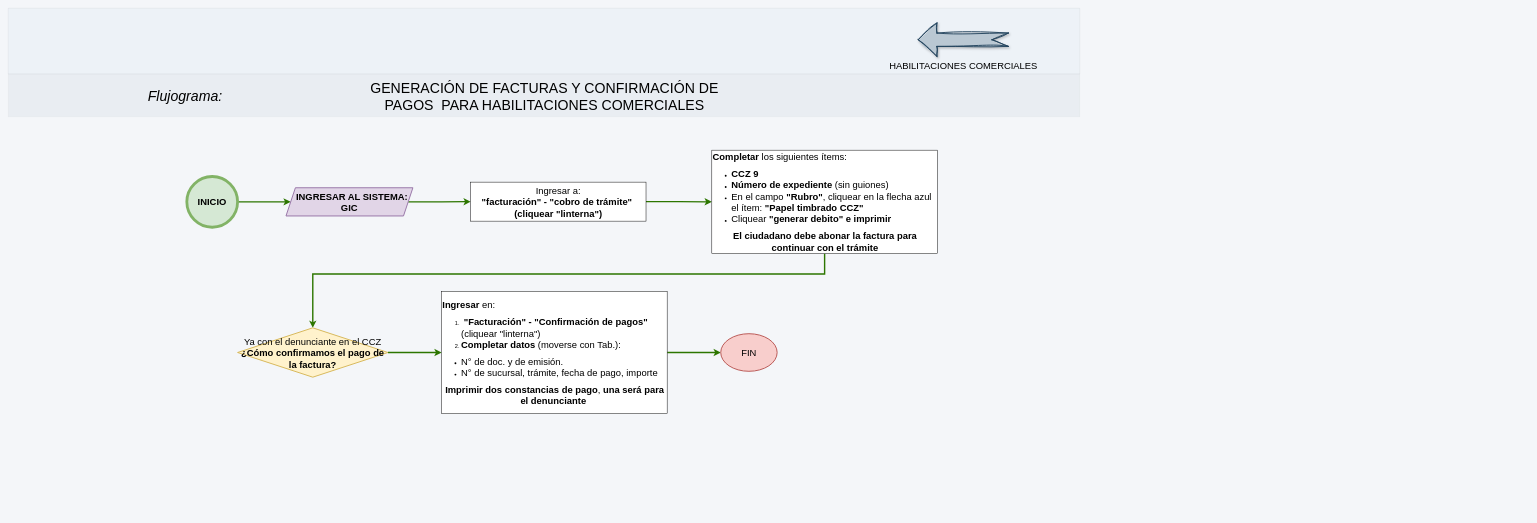
The draw.io diagram page "Facturas habilitaciones" (2 of 3) of Habilitaciones _comerciales/Habilitaciones comerciales.drawio in adlc20/Manual_de_procedimientos_ccz9, before the edit. Source tidied: cells renumbered, new cells numbered last; positions are measured from the earlier drawing's top-left corner, leaving out a move shared by most shapes. Both pictures are drawn from the tidied source at 47%, with x=0, y=0 at pixel (8, 8).
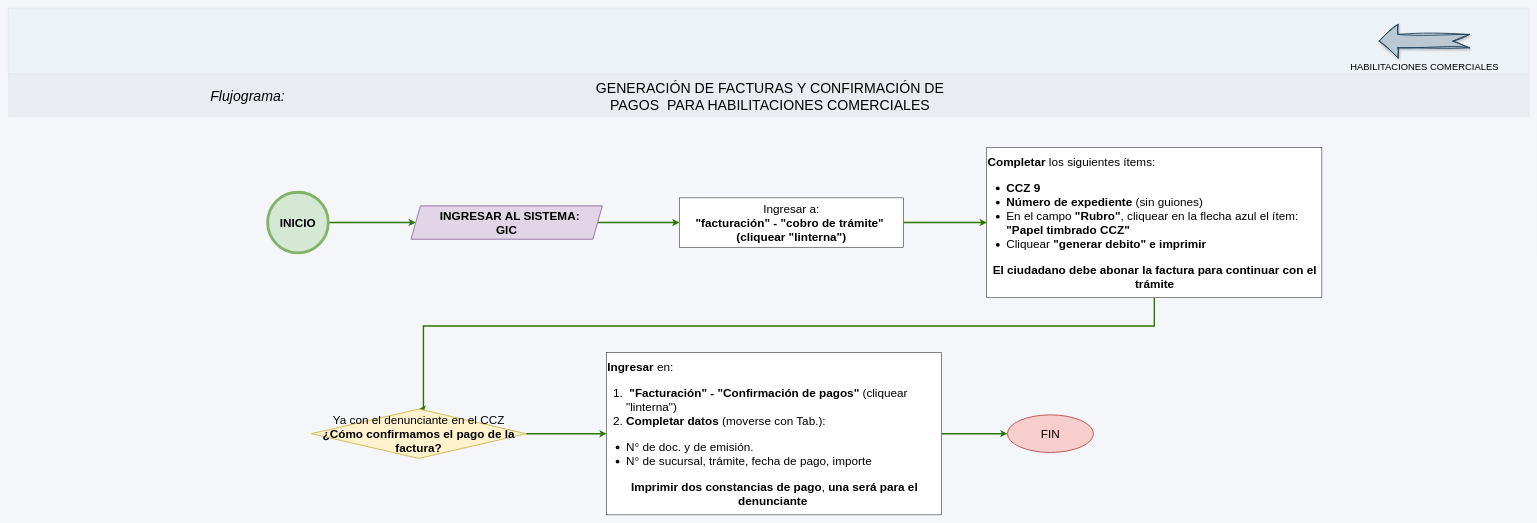
The same page after the edit.

Diff of the diagram source:
```diff
@@
     <mxCell id="2" style="verticalLabelPosition=bottom;verticalAlign=middle;html=1;shape=mxgraph.basic.patternFillRect;step=5;fillStrokeWidth=0.2;fillStrokeColor=#dddddd;fillColor=#EDF2F7;strokeWidth=0;dashed=1;dashPattern=1 4;rounded=1;align=center;fontFamily=Helvetica;fontSize=12;fontColor=#2D3748;" parent="1" vertex="1">
-      <mxGeometry width="2280" height="140" as="geometry" />
+      <mxGeometry width="3236" height="140" as="geometry" />
     </mxCell>
     <mxCell id="3" style="verticalLabelPosition=bottom;verticalAlign=top;html=1;shape=mxgraph.basic.patternFillRect;fillStyle=auto;step=5;fillStrokeWidth=0.2;fillStrokeColor=#dddddd;fillColor=#E0E5EB;strokeWidth=0;strokeColor=default;opacity=50;fontColor=#ffffff;shadow=0;comic=0;align=center;fontFamily=Helvetica;fontSize=12;gradientColor=none;" parent="1" vertex="1">
-      <mxGeometry y="140" width="2280" height="91" as="geometry" />
+      <mxGeometry y="140" width="3236" height="91" as="geometry" />
     </mxCell>
     <mxCell id="4" value="&lt;font style=&quot;font-size: 30px;&quot;&gt;&lt;i&gt;Flujograma:&lt;/i&gt;&lt;/font&gt;" style="text;html=1;whiteSpace=wrap;strokeColor=none;fillColor=none;align=center;verticalAlign=middle;rounded=0;" parent="1" vertex="1">
-      <mxGeometry x="252" y="161.5" width="249" height="50" as="geometry" />
+      <mxGeometry x="385" y="160.5" width="249" height="50" as="geometry" />
     </mxCell>
     <mxCell id="5" value="&lt;font style=&quot;font-size: 30px;&quot;&gt;GENERACIÓN DE FACTURAS Y CONFIRMACIÓN DE PAGOS&amp;nbsp; PARA HABILITACIONES COMERCIALES&lt;/font&gt;" style="text;html=1;whiteSpace=wrap;strokeColor=none;fillColor=none;align=center;verticalAlign=middle;rounded=0;" parent="1" vertex="1">
-      <mxGeometry x="721" y="141" width="840" height="91" as="geometry" />
+      <mxGeometry x="1201" y="141" width="840" height="91" as="geometry" />
     </mxCell>
     <mxCell id="6" value="&lt;font style=&quot;font-size: 20px;&quot;&gt;HABILITACIONES&amp;nbsp;&lt;/font&gt;&lt;span style=&quot;font-size: 20px; background-color: transparent; color: light-dark(rgb(0, 0, 0), rgb(255, 255, 255));&quot;&gt;COMERCIALES&lt;/span&gt;" style="verticalLabelPosition=bottom;verticalAlign=top;html=1;strokeWidth=2;shape=mxgraph.arrows2.arrow;dy=0.6;dx=40;notch=35;direction=west;sketch=1;curveFitting=1;jiggle=2;shadow=1;fillStyle=solid;fillColor=#bac8d3;strokeColor=#23445d;" parent="1" vertex="1">
-      <mxGeometry x="1936" y="31.5" width="192" height="71" as="geometry" />
+      <mxGeometry x="2917" y="34.5" width="192" height="71" as="geometry" />
     </mxCell>
-    <mxCell id="7" style="edgeStyle=orthogonalEdgeStyle;rounded=0;jettySize=auto;html=1;exitX=1;exitY=0.5;exitDx=0;exitDy=0;fillColor=#60a917;strokeColor=#2D7600;strokeWidth=3;" parent="1" edge="1" source="8" target="10">
+    <mxCell id="7" style="edgeStyle=orthogonalEdgeStyle;rounded=0;jettySize=auto;html=1;exitX=1;exitY=0.5;exitDx=0;exitDy=0;fillColor=#60a917;strokeColor=#2D7600;strokeWidth=3;fontSize=25;" parent="1" edge="1" source="8" target="10">
       <mxGeometry relative="1" as="geometry" />
     </mxCell>
-    <mxCell id="8" value="&lt;b&gt;&lt;font style=&quot;font-size: 20px;&quot;&gt;INICIO&lt;/font&gt;&lt;/b&gt;" style="ellipse;whiteSpace=wrap;html=1;shapeInside=1;fillColor=#d5e8d4;strokeColor=#82b366;strokeWidth=6;" parent="1" vertex="1">
-      <mxGeometry x="380" y="358" width="108" height="108" as="geometry" />
+    <mxCell id="8" value="&lt;b&gt;&lt;font&gt;INICIO&lt;/font&gt;&lt;/b&gt;" style="ellipse;whiteSpace=wrap;html=1;shapeInside=1;fillColor=#d5e8d4;strokeColor=#82b366;strokeWidth=6;fontSize=25;" parent="1" vertex="1">
+      <mxGeometry x="552" y="391.5" width="129" height="129" as="geometry" />
     </mxCell>
-    <mxCell id="9" style="edgeStyle=orthogonalEdgeStyle;rounded=0;jettySize=auto;html=1;exitX=1;exitY=0.5;exitDx=0;exitDy=0;fillColor=#60a917;strokeColor=#2D7600;strokeWidth=3;" parent="1" edge="1" source="10" target="12">
+    <mxCell id="9" style="edgeStyle=orthogonalEdgeStyle;rounded=0;jettySize=auto;html=1;exitX=1;exitY=0.5;exitDx=0;exitDy=0;fillColor=#60a917;strokeColor=#2D7600;strokeWidth=3;fontSize=25;" parent="1" edge="1" source="10" target="12">
       <mxGeometry relative="1" as="geometry" />
     </mxCell>
-    <mxCell id="10" value="&lt;font style=&quot;font-size: 20px;&quot;&gt;&lt;b&gt;&amp;nbsp; &amp;nbsp;INGRESAR AL SISTEMA:&amp;nbsp;&lt;/b&gt;&lt;/font&gt;&lt;div&gt;&lt;font style=&quot;font-size: 20px;&quot;&gt;&lt;b&gt;GIC&lt;/b&gt;&lt;/font&gt;&lt;/div&gt;" style="shape=parallelogram;perimeter=parallelogramPerimeter;whiteSpace=wrap;html=1;fixedSize=1;fillColor=#e1d5e7;strokeColor=#9673a6;strokeWidth=2;" parent="1" vertex="1">
-      <mxGeometry x="591" y="382" width="270" height="60" as="geometry" />
+    <mxCell id="10" value="&lt;font&gt;&lt;b&gt;&amp;nbsp; &amp;nbsp;INGRESAR AL SISTEMA:&amp;nbsp;&lt;/b&gt;&lt;/font&gt;&lt;div&gt;&lt;font&gt;&lt;b&gt;GIC&lt;/b&gt;&lt;/font&gt;&lt;/div&gt;" style="shape=parallelogram;perimeter=parallelogramPerimeter;whiteSpace=wrap;html=1;fixedSize=1;fillColor=#e1d5e7;strokeColor=#9673a6;strokeWidth=2;fontSize=25;" parent="1" vertex="1">
+      <mxGeometry x="857" y="420.5" width="407" height="71" as="geometry" />
     </mxCell>
-    <mxCell id="11" style="edgeStyle=orthogonalEdgeStyle;rounded=0;jettySize=auto;html=1;exitX=1;exitY=0.5;exitDx=0;exitDy=0;fillColor=#60a917;strokeColor=#2D7600;strokeWidth=3;" parent="1" edge="1" source="12" target="14">
+    <mxCell id="11" style="edgeStyle=orthogonalEdgeStyle;rounded=0;jettySize=auto;html=1;exitX=1;exitY=0.5;exitDx=0;exitDy=0;fillColor=#60a917;strokeColor=#2D7600;strokeWidth=3;fontSize=25;" parent="1" edge="1" source="12" target="14">
       <mxGeometry relative="1" as="geometry" />
     </mxCell>
-    <mxCell id="12" value="&lt;font style=&quot;font-size: 20px;&quot;&gt;Ingresar a:&lt;/font&gt;&lt;div&gt;&lt;font style=&quot;font-size: 20px;&quot;&gt;&lt;b&gt; &quot;facturación&quot; -&lt;/b&gt; &lt;b&gt;&quot;cobro de trámite&quot;&lt;/b&gt;&amp;nbsp;&lt;/font&gt;&lt;/div&gt;&lt;div&gt;&lt;font style=&quot;font-size: 20px;&quot;&gt;&lt;b&gt;(cliquear &quot;linterna&quot;)&lt;/b&gt;&lt;/font&gt;&lt;/div&gt;" style="rounded=0;whiteSpace=wrap;html=1;" parent="1" vertex="1">
-      <mxGeometry x="984" y="370" width="373" height="83" as="geometry" />
+    <mxCell id="12" value="&lt;font&gt;Ingresar a:&lt;/font&gt;&lt;div&gt;&lt;font&gt;&lt;b&gt; &quot;facturación&quot; -&lt;/b&gt; &lt;b&gt;&quot;cobro de trámite&quot;&lt;/b&gt;&amp;nbsp;&lt;/font&gt;&lt;/div&gt;&lt;div&gt;&lt;font&gt;&lt;b&gt;(cliquear &quot;linterna&quot;)&lt;/b&gt;&lt;/font&gt;&lt;/div&gt;" style="rounded=0;whiteSpace=wrap;html=1;fontSize=25;" parent="1" vertex="1">
+      <mxGeometry x="1428" y="403.5" width="477" height="105" as="geometry" />
     </mxCell>
-    <mxCell id="13" style="edgeStyle=orthogonalEdgeStyle;rounded=0;jettySize=auto;html=1;exitX=0.5;exitY=1;exitDx=0;exitDy=0;entryX=0.5;entryY=0;entryDx=0;entryDy=0;fillColor=#60a917;strokeColor=#2D7600;strokeWidth=3;" parent="1" edge="1" source="14" target="16">
+    <mxCell id="13" style="edgeStyle=orthogonalEdgeStyle;rounded=0;jettySize=auto;html=1;exitX=0.5;exitY=1;exitDx=0;exitDy=0;entryX=0.5;entryY=0;entryDx=0;entryDy=0;fillColor=#60a917;strokeColor=#2D7600;strokeWidth=3;fontSize=25;" parent="1" edge="1" source="14" target="16">
       <mxGeometry relative="1" as="geometry">
         <Array as="points">
-          <mxPoint x="1737" y="565.6" />
-          <mxPoint x="648.1" y="565.6" />
+          <mxPoint x="2438.6" y="676.1" />
+          <mxPoint x="883.4" y="676.1" />
         </Array>
       </mxGeometry>
     </mxCell>
-    <mxCell id="14" value="&lt;font style=&quot;font-size: 20px;&quot;&gt;&lt;b&gt;Completar&lt;/b&gt; los siguientes ítems:&lt;/font&gt;&lt;div&gt;&lt;ul&gt;&lt;li&gt;&lt;font style=&quot;font-size: 20px;&quot;&gt;&lt;b&gt;CCZ 9&amp;nbsp;&lt;/b&gt;&lt;/font&gt;&lt;/li&gt;&lt;li&gt;&lt;font style=&quot;font-size: 20px;&quot;&gt;&lt;b&gt;Número de expediente &lt;/b&gt;(sin guiones)&lt;/font&gt;&lt;/li&gt;&lt;li&gt;&lt;font style=&quot;font-size: 20px;&quot;&gt;En el campo&lt;b&gt; &quot;Rubro&quot;&lt;/b&gt;, cliquear en la flecha azul el ítem: &lt;b&gt;&quot;Papel timbrado CCZ&quot;&lt;/b&gt;&amp;nbsp;&lt;/font&gt;&lt;/li&gt;&lt;li&gt;&lt;font style=&quot;font-size: 20px;&quot;&gt;Cliquear&lt;b&gt; &quot;generar debito&quot; e imprimir&lt;/b&gt;&lt;/font&gt;&lt;/li&gt;&lt;/ul&gt;&lt;span style=&quot;font-size: 20px;&quot;&gt;&lt;div style=&quot;text-align: center;&quot;&gt;&lt;b style=&quot;background-color: transparent; color: light-dark(rgb(0, 0, 0), rgb(255, 255, 255));&quot;&gt;El ciudadano debe abonar la factura para continuar con el trámite&lt;/b&gt;&lt;/div&gt;&lt;/span&gt;&lt;/div&gt;" style="rounded=0;whiteSpace=wrap;html=1;align=left;" parent="1" vertex="1">
-      <mxGeometry x="1497" y="302" width="480" height="220" as="geometry" />
+    <mxCell id="14" value="&lt;font&gt;&lt;b&gt;Completar&lt;/b&gt; los siguientes ítems:&lt;/font&gt;&lt;div&gt;&lt;ul&gt;&lt;li&gt;&lt;font&gt;&lt;b&gt;CCZ 9&amp;nbsp;&lt;/b&gt;&lt;/font&gt;&lt;/li&gt;&lt;li&gt;&lt;font&gt;&lt;b&gt;Número de expediente &lt;/b&gt;(sin guiones)&lt;/font&gt;&lt;/li&gt;&lt;li&gt;&lt;font&gt;En el campo&lt;b&gt; &quot;Rubro&quot;&lt;/b&gt;, cliquear en la flecha azul el ítem: &lt;b&gt;&quot;Papel timbrado CCZ&quot;&lt;/b&gt;&amp;nbsp;&lt;/font&gt;&lt;/li&gt;&lt;li&gt;&lt;font&gt;Cliquear&lt;b&gt; &quot;generar debito&quot; e imprimir&lt;/b&gt;&lt;/font&gt;&lt;/li&gt;&lt;/ul&gt;&lt;span&gt;&lt;div style=&quot;text-align: center;&quot;&gt;&lt;b style=&quot;background-color: transparent; color: light-dark(rgb(0, 0, 0), rgb(255, 255, 255));&quot;&gt;El ciudadano debe abonar la factura para continuar con el trámite&lt;/b&gt;&lt;/div&gt;&lt;/span&gt;&lt;/div&gt;" style="rounded=0;whiteSpace=wrap;html=1;align=left;fontSize=25;" parent="1" vertex="1">
+      <mxGeometry x="2082" y="296" width="713" height="320" as="geometry" />
     </mxCell>
-    <mxCell id="15" style="edgeStyle=orthogonalEdgeStyle;rounded=0;jettySize=auto;html=1;exitX=1;exitY=0.5;exitDx=0;exitDy=0;fillColor=#60a917;strokeColor=#2D7600;strokeWidth=3;" parent="1" edge="1" source="16" target="18">
+    <mxCell id="15" style="edgeStyle=orthogonalEdgeStyle;rounded=0;jettySize=auto;html=1;exitX=1;exitY=0.5;exitDx=0;exitDy=0;fillColor=#60a917;strokeColor=#2D7600;strokeWidth=3;fontSize=25;" parent="1" edge="1" source="16" target="18">
       <mxGeometry relative="1" as="geometry" />
     </mxCell>
-    <mxCell id="16" value="&lt;span style=&quot;font-size: 20px;&quot;&gt;Ya con el denunciante en el CCZ&lt;/span&gt;&lt;div&gt;&lt;span style=&quot;font-size: 20px;&quot;&gt;&lt;b&gt;¿Cómo confirmamos el pago de la factura?&lt;/b&gt;&lt;/span&gt;&lt;/div&gt;" style="rhombus;whiteSpace=wrap;html=1;fillColor=#fff2cc;strokeColor=#d6b656;strokeWidth=2;" parent="1" vertex="1">
-      <mxGeometry x="488" y="680" width="320" height="105" as="geometry" />
+    <mxCell id="16" value="&lt;span&gt;Ya con el denunciante en el CCZ&lt;/span&gt;&lt;div&gt;&lt;span&gt;&lt;b&gt;¿Cómo confirmamos el pago de la factura?&lt;/b&gt;&lt;/span&gt;&lt;/div&gt;" style="rhombus;whiteSpace=wrap;html=1;fillColor=#fff2cc;strokeColor=#d6b656;strokeWidth=2;fontSize=25;" parent="1" vertex="1">
+      <mxGeometry x="645" y="852.8" width="457" height="105" as="geometry" />
     </mxCell>
-    <mxCell id="17" style="edgeStyle=orthogonalEdgeStyle;rounded=0;jettySize=auto;html=1;exitX=1;exitY=0.5;exitDx=0;exitDy=0;fillColor=#60a917;strokeColor=#2D7600;strokeWidth=3;" parent="1" edge="1" source="18" target="19">
+    <mxCell id="17" style="edgeStyle=orthogonalEdgeStyle;rounded=0;jettySize=auto;html=1;exitX=1;exitY=0.5;exitDx=0;exitDy=0;fillColor=#60a917;strokeColor=#2D7600;strokeWidth=3;fontSize=25;" parent="1" edge="1" source="18" target="19">
       <mxGeometry relative="1" as="geometry" />
     </mxCell>
-    <mxCell id="18" value="&lt;span style=&quot;font-size: 20px;&quot;&gt;&lt;b&gt;Ingresar&lt;/b&gt; en:&lt;/span&gt;&lt;div&gt;&lt;ol&gt;&lt;li&gt;&lt;span style=&quot;font-size: 20px;&quot;&gt;&lt;b&gt;&amp;nbsp;&quot;Facturación&quot; - &quot;Confirmación de pagos&quot;&lt;/b&gt; (cliquear &quot;linterna&quot;)&lt;/span&gt;&lt;/li&gt;&lt;li&gt;&lt;span style=&quot;font-size: 20px;&quot;&gt;&lt;font style=&quot;color: rgb(0, 0, 0);&quot;&gt;&lt;b&gt;Completar datos&lt;/b&gt; (moverse con Tab.):&amp;nbsp;&lt;/font&gt;&lt;font style=&quot;color: rgb(255, 0, 0);&quot;&gt;&amp;nbsp;&lt;/font&gt;&lt;/span&gt;&lt;/li&gt;&lt;/ol&gt;&lt;ul&gt;&lt;li&gt;&lt;span style=&quot;color: light-dark(rgb(0, 0, 0), rgb(237, 237, 237)); font-size: 20px; background-color: transparent;&quot;&gt;N° de doc. y de emisión.&lt;/span&gt;&lt;/li&gt;&lt;li&gt;&lt;span style=&quot;color: light-dark(rgb(0, 0, 0), rgb(237, 237, 237)); font-size: 20px; background-color: transparent;&quot;&gt;N° de sucursal, trámite, fecha de pago, importe&amp;nbsp;&lt;/span&gt;&lt;/li&gt;&lt;/ul&gt;&lt;b style=&quot;font-size: 20px; background-color: transparent; color: light-dark(rgb(0, 0, 0), rgb(255, 255, 255));&quot;&gt;&lt;div style=&quot;text-align: center;&quot;&gt;&lt;b style=&quot;background-color: transparent; color: light-dark(rgb(0, 0, 0), rgb(255, 255, 255));&quot;&gt;Imprimir dos constancias de pago&lt;/b&gt;&lt;span style=&quot;background-color: transparent; color: light-dark(rgb(0, 0, 0), rgb(255, 255, 255)); font-weight: normal;&quot;&gt;, &lt;/span&gt;&lt;b style=&quot;background-color: transparent; color: light-dark(rgb(0, 0, 0), rgb(255, 255, 255));&quot;&gt;una será para el denunciante&lt;/b&gt;&lt;span style=&quot;background-color: transparent; color: light-dark(rgb(0, 0, 0), rgb(255, 255, 255)); font-weight: normal;&quot;&gt;&amp;nbsp;&lt;/span&gt;&lt;/div&gt;&lt;/b&gt;&lt;/div&gt;" style="rounded=0;whiteSpace=wrap;html=1;align=left;" parent="1" vertex="1">
-      <mxGeometry x="922" y="602.5" width="480" height="260" as="geometry" />
+    <mxCell id="18" value="&lt;span&gt;&lt;b&gt;Ingresar&lt;/b&gt; en:&lt;/span&gt;&lt;div&gt;&lt;ol&gt;&lt;li&gt;&lt;span&gt;&lt;b&gt;&amp;nbsp;&quot;Facturación&quot; - &quot;Confirmación de pagos&quot;&lt;/b&gt; (cliquear &quot;linterna&quot;)&lt;/span&gt;&lt;/li&gt;&lt;li&gt;&lt;span&gt;&lt;font style=&quot;color: rgb(0, 0, 0);&quot;&gt;&lt;b&gt;Completar datos&lt;/b&gt; (moverse con Tab.):&amp;nbsp;&lt;/font&gt;&lt;font style=&quot;color: rgb(255, 0, 0);&quot;&gt;&amp;nbsp;&lt;/font&gt;&lt;/span&gt;&lt;/li&gt;&lt;/ol&gt;&lt;ul&gt;&lt;li&gt;&lt;span style=&quot;color: light-dark(rgb(0, 0, 0), rgb(237, 237, 237)); background-color: transparent;&quot;&gt;N° de doc. y de emisión.&lt;/span&gt;&lt;/li&gt;&lt;li&gt;&lt;span style=&quot;color: light-dark(rgb(0, 0, 0), rgb(237, 237, 237)); background-color: transparent;&quot;&gt;N° de sucursal, trámite, fecha de pago, importe&amp;nbsp;&lt;/span&gt;&lt;/li&gt;&lt;/ul&gt;&lt;b style=&quot;background-color: transparent; color: light-dark(rgb(0, 0, 0), rgb(255, 255, 255));&quot;&gt;&lt;div style=&quot;text-align: center;&quot;&gt;&lt;b style=&quot;background-color: transparent; color: light-dark(rgb(0, 0, 0), rgb(255, 255, 255));&quot;&gt;Imprimir dos constancias de pago&lt;/b&gt;&lt;span style=&quot;background-color: transparent; color: light-dark(rgb(0, 0, 0), rgb(255, 255, 255)); font-weight: normal;&quot;&gt;, &lt;/span&gt;&lt;b style=&quot;background-color: transparent; color: light-dark(rgb(0, 0, 0), rgb(255, 255, 255));&quot;&gt;una será para el denunciante&lt;/b&gt;&lt;span style=&quot;background-color: transparent; color: light-dark(rgb(0, 0, 0), rgb(255, 255, 255)); font-weight: normal;&quot;&gt;&amp;nbsp;&lt;/span&gt;&lt;/div&gt;&lt;/b&gt;&lt;/div&gt;" style="rounded=0;whiteSpace=wrap;html=1;align=left;fontSize=25;" parent="1" vertex="1">
+      <mxGeometry x="1273" y="732.5" width="713" height="345.5" as="geometry" />
     </mxCell>
-    <mxCell id="19" value="&lt;font style=&quot;font-size: 20px;&quot;&gt;FIN&lt;/font&gt;" style="ellipse;whiteSpace=wrap;html=1;shapeInside=1;fillColor=#f8cecc;strokeColor=#b85450;strokeWidth=2;" parent="1" vertex="1">
-      <mxGeometry x="1516" y="692.5" width="120" height="80" as="geometry" />
+    <mxCell id="19" value="&lt;font&gt;FIN&lt;/font&gt;" style="ellipse;whiteSpace=wrap;html=1;shapeInside=1;fillColor=#f8cecc;strokeColor=#b85450;strokeWidth=2;fontSize=25;" parent="1" vertex="1">
+      <mxGeometry x="2126" y="865.2" width="183" height="80" as="geometry" />
     </mxCell>
```
